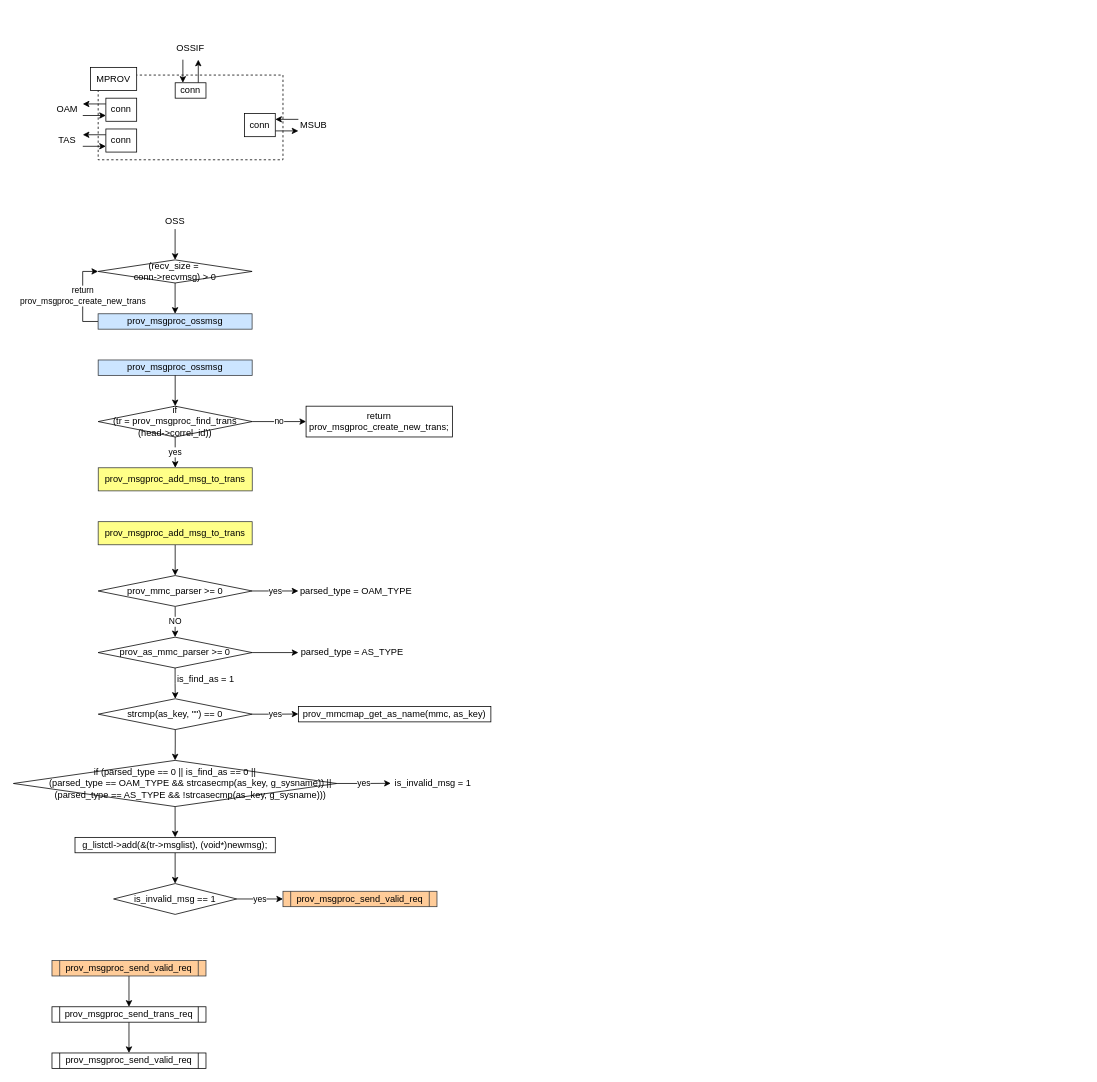
Before: MPROV.drawio in JaeHyeon774/NEWTIL, a draw.io diagram. Source tidied: cells renumbered, new cells numbered last; positions are measured from the earlier drawing's top-left corner, leaving out a move shared by most shapes. Both pictures are drawn from the tidied source at 77%, with x=0, y=0 at pixel (13, 36).
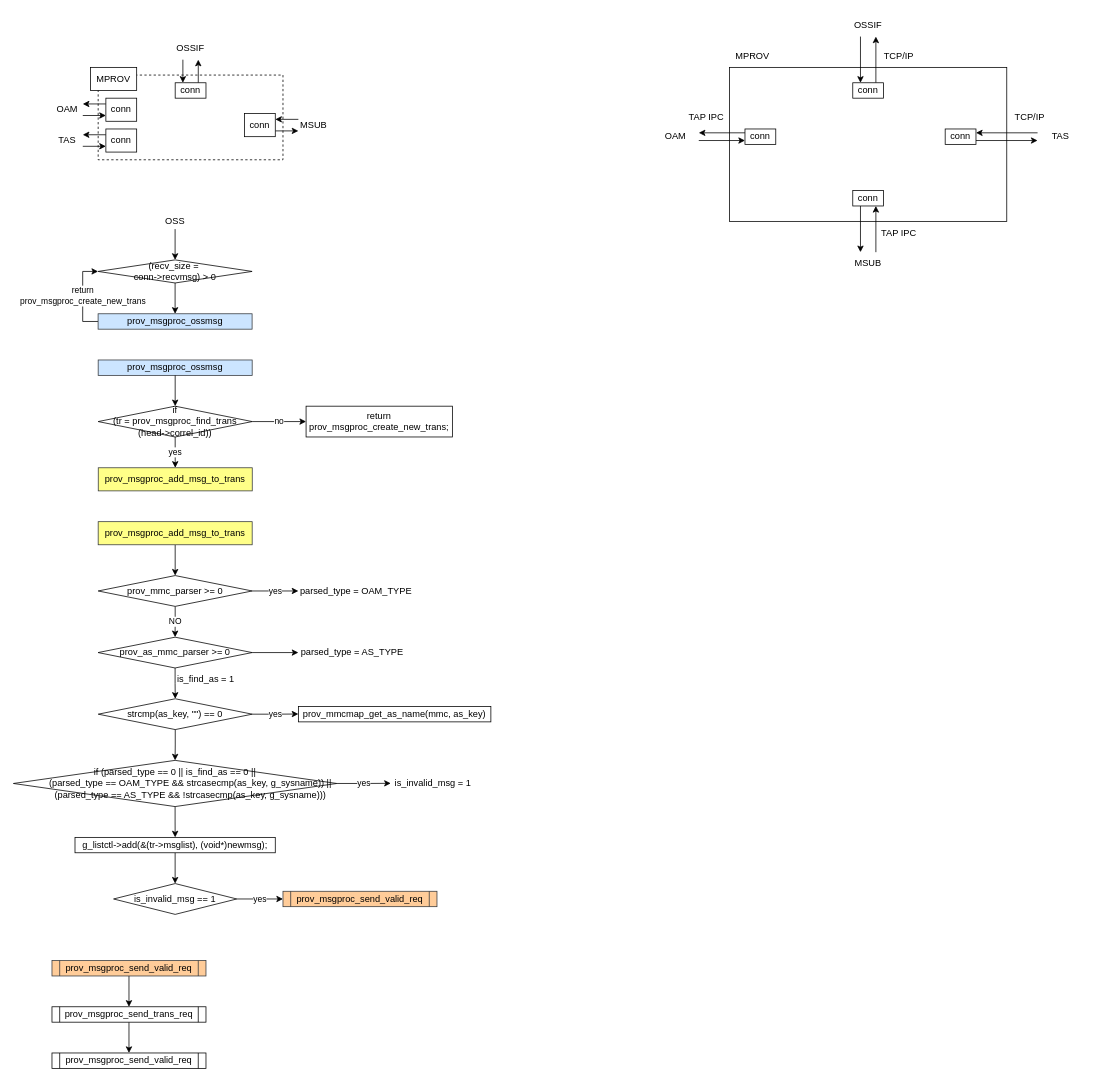
After the change.

Change to the diagram source:
```diff
@@
+    <mxCell id="62" style="rounded=0;whiteSpace=wrap;html=1;" parent="1" vertex="1">
+      <mxGeometry x="930" y="40" width="360" height="200" as="geometry" />
+    </mxCell>
+    <mxCell id="63" value="MPROV" style="text;html=1;align=center;verticalAlign=middle;whiteSpace=wrap;rounded=0;" parent="1" vertex="1">
+      <mxGeometry x="930" y="10" width="60" height="30" as="geometry" />
+    </mxCell>
+    <mxCell id="64" style="edgeStyle=orthogonalEdgeStyle;rounded=0;jettySize=auto;html=1;exitX=0.25;exitY=1;exitDx=0;exitDy=0;entryX=0.25;entryY=0;entryDx=0;entryDy=0;" parent="1" edge="1" source="65" target="73">
+      <mxGeometry relative="1" as="geometry" />
+    </mxCell>
+    <mxCell id="65" value="OSSIF" style="text;html=1;align=center;verticalAlign=middle;whiteSpace=wrap;rounded=0;" parent="1" vertex="1">
+      <mxGeometry x="1090" y="-30" width="40" height="30" as="geometry" />
+    </mxCell>
+    <mxCell id="66" style="edgeStyle=orthogonalEdgeStyle;rounded=0;jettySize=auto;html=1;exitX=0.75;exitY=0;exitDx=0;exitDy=0;entryX=0.75;entryY=1;entryDx=0;entryDy=0;" parent="1" edge="1" source="67" target="79">
+      <mxGeometry relative="1" as="geometry" />
+    </mxCell>
+    <mxCell id="67" value="MSUB" style="text;html=1;align=center;verticalAlign=middle;whiteSpace=wrap;rounded=0;" parent="1" vertex="1">
+      <mxGeometry x="1090" y="280" width="40" height="30" as="geometry" />
+    </mxCell>
+    <mxCell id="68" style="edgeStyle=orthogonalEdgeStyle;rounded=0;jettySize=auto;html=1;exitX=0;exitY=0.25;exitDx=0;exitDy=0;entryX=1;entryY=0.25;entryDx=0;entryDy=0;" parent="1" edge="1" source="69" target="75">
+      <mxGeometry relative="1" as="geometry" />
+    </mxCell>
+    <mxCell id="69" value="TAS" style="text;html=1;align=center;verticalAlign=middle;whiteSpace=wrap;rounded=0;" parent="1" vertex="1">
+      <mxGeometry x="1330" y="120" width="60" height="20" as="geometry" />
+    </mxCell>
+    <mxCell id="70" style="edgeStyle=orthogonalEdgeStyle;rounded=0;jettySize=auto;html=1;exitX=1;exitY=0.75;exitDx=0;exitDy=0;entryX=0;entryY=0.75;entryDx=0;entryDy=0;" parent="1" edge="1" source="71" target="77">
+      <mxGeometry relative="1" as="geometry" />
+    </mxCell>
+    <mxCell id="71" value="OAM" style="text;html=1;align=center;verticalAlign=middle;whiteSpace=wrap;rounded=0;" parent="1" vertex="1">
+      <mxGeometry x="830" y="120" width="60" height="20" as="geometry" />
+    </mxCell>
+    <mxCell id="72" style="edgeStyle=orthogonalEdgeStyle;rounded=0;jettySize=auto;html=1;exitX=0.75;exitY=0;exitDx=0;exitDy=0;entryX=0.75;entryY=1;entryDx=0;entryDy=0;" parent="1" edge="1" source="73" target="65">
+      <mxGeometry relative="1" as="geometry" />
+    </mxCell>
+    <mxCell id="73" value="conn" style="rounded=0;whiteSpace=wrap;html=1;" parent="1" vertex="1">
+      <mxGeometry x="1090" y="60" width="40" height="20" as="geometry" />
+    </mxCell>
+    <mxCell id="74" style="edgeStyle=orthogonalEdgeStyle;rounded=0;jettySize=auto;html=1;exitX=1;exitY=0.75;exitDx=0;exitDy=0;entryX=0;entryY=0.75;entryDx=0;entryDy=0;" parent="1" edge="1" source="75" target="69">
+      <mxGeometry relative="1" as="geometry" />
+    </mxCell>
+    <mxCell id="75" value="conn" style="rounded=0;whiteSpace=wrap;html=1;" parent="1" vertex="1">
+      <mxGeometry x="1210" y="120" width="40" height="20" as="geometry" />
+    </mxCell>
+    <mxCell id="76" style="edgeStyle=orthogonalEdgeStyle;rounded=0;jettySize=auto;html=1;exitX=0;exitY=0.25;exitDx=0;exitDy=0;entryX=1;entryY=0.25;entryDx=0;entryDy=0;" parent="1" edge="1" source="77" target="71">
+      <mxGeometry relative="1" as="geometry" />
+    </mxCell>
+    <mxCell id="77" value="conn" style="rounded=0;whiteSpace=wrap;html=1;" parent="1" vertex="1">
+      <mxGeometry x="950" y="120" width="40" height="20" as="geometry" />
+    </mxCell>
+    <mxCell id="78" style="edgeStyle=orthogonalEdgeStyle;rounded=0;jettySize=auto;html=1;exitX=0.25;exitY=1;exitDx=0;exitDy=0;entryX=0.25;entryY=0;entryDx=0;entryDy=0;" parent="1" edge="1" source="79" target="67">
+      <mxGeometry relative="1" as="geometry" />
+    </mxCell>
+    <mxCell id="79" value="conn" style="rounded=0;whiteSpace=wrap;html=1;" parent="1" vertex="1">
+      <mxGeometry x="1090" y="200" width="40" height="20" as="geometry" />
+    </mxCell>
+    <mxCell id="80" value="TAP IPC" style="text;html=1;align=center;verticalAlign=middle;whiteSpace=wrap;rounded=0;" parent="1" vertex="1">
+      <mxGeometry x="1120" y="240" width="60" height="30" as="geometry" />
+    </mxCell>
+    <mxCell id="81" value="TCP/IP" style="text;html=1;align=center;verticalAlign=middle;whiteSpace=wrap;rounded=0;" parent="1" vertex="1">
+      <mxGeometry x="1120" y="10" width="60" height="30" as="geometry" />
+    </mxCell>
+    <mxCell id="82" value="TCP/IP" style="text;html=1;align=center;verticalAlign=middle;whiteSpace=wrap;rounded=0;" parent="1" vertex="1">
+      <mxGeometry x="1290" y="90" width="60" height="30" as="geometry" />
+    </mxCell>
+    <mxCell id="83" value="TAP IPC" style="text;html=1;align=center;verticalAlign=middle;whiteSpace=wrap;rounded=0;" parent="1" vertex="1">
+      <mxGeometry x="870" y="90" width="60" height="30" as="geometry" />
+    </mxCell>
```
